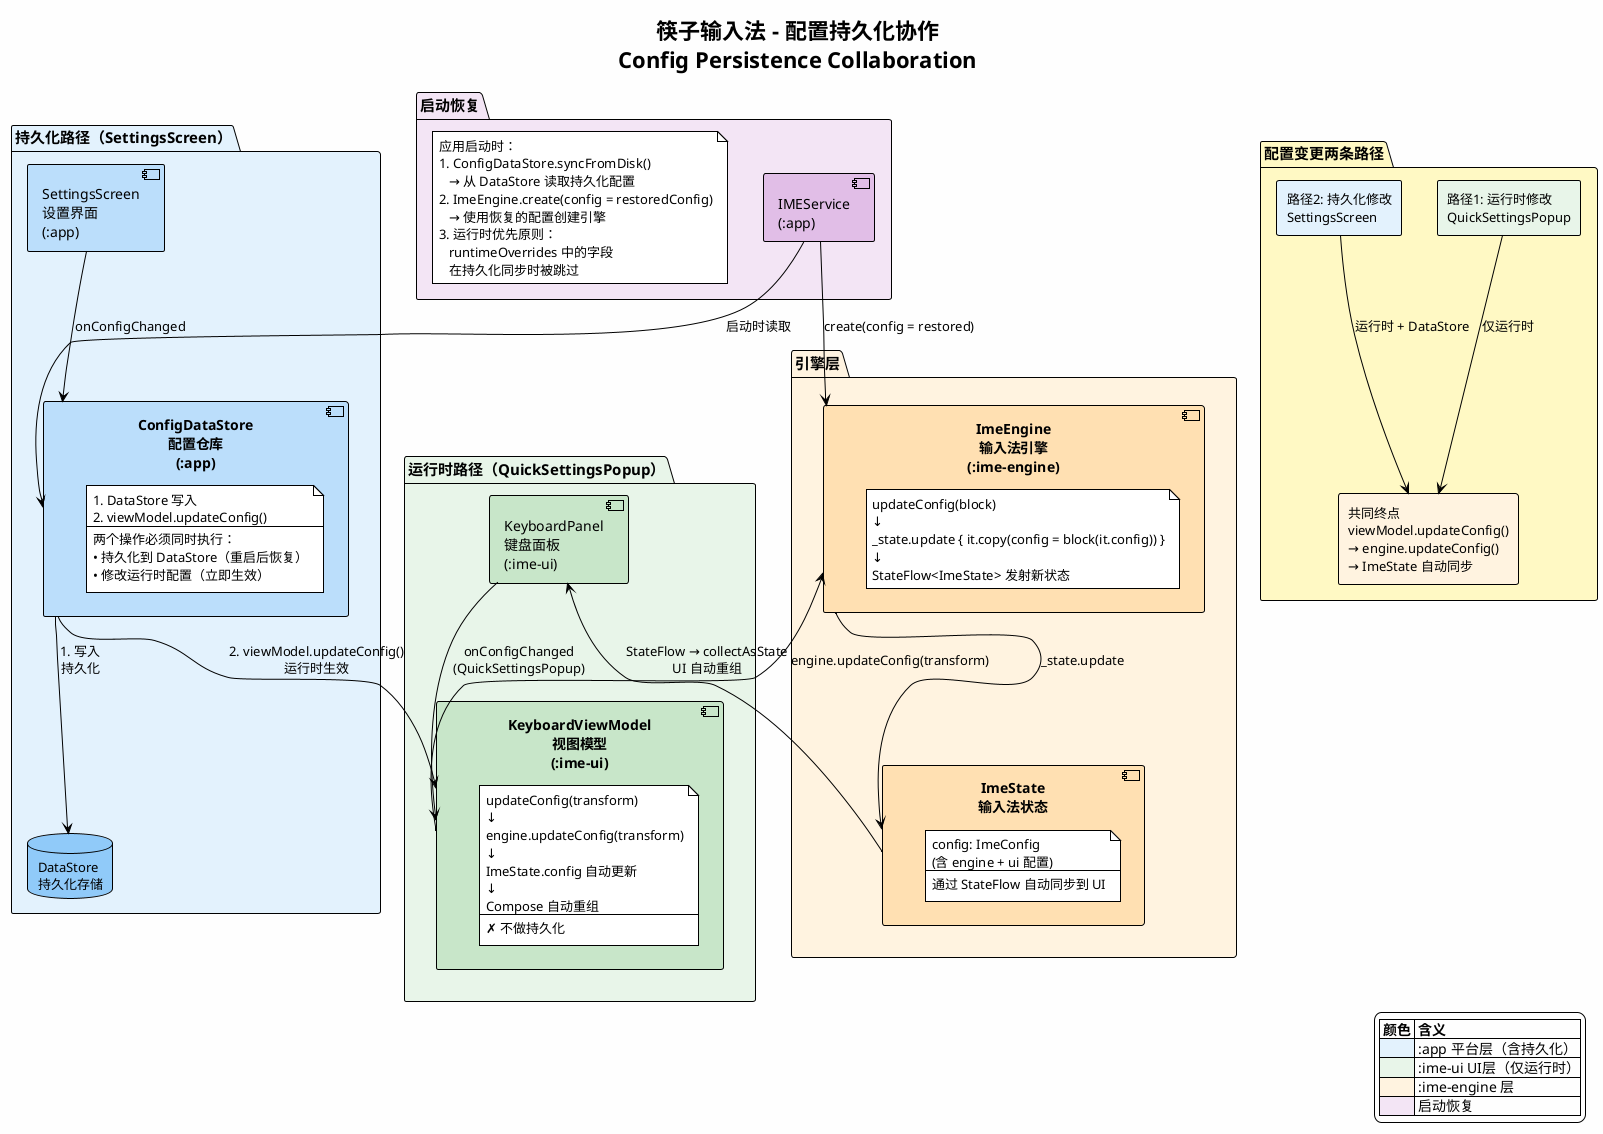
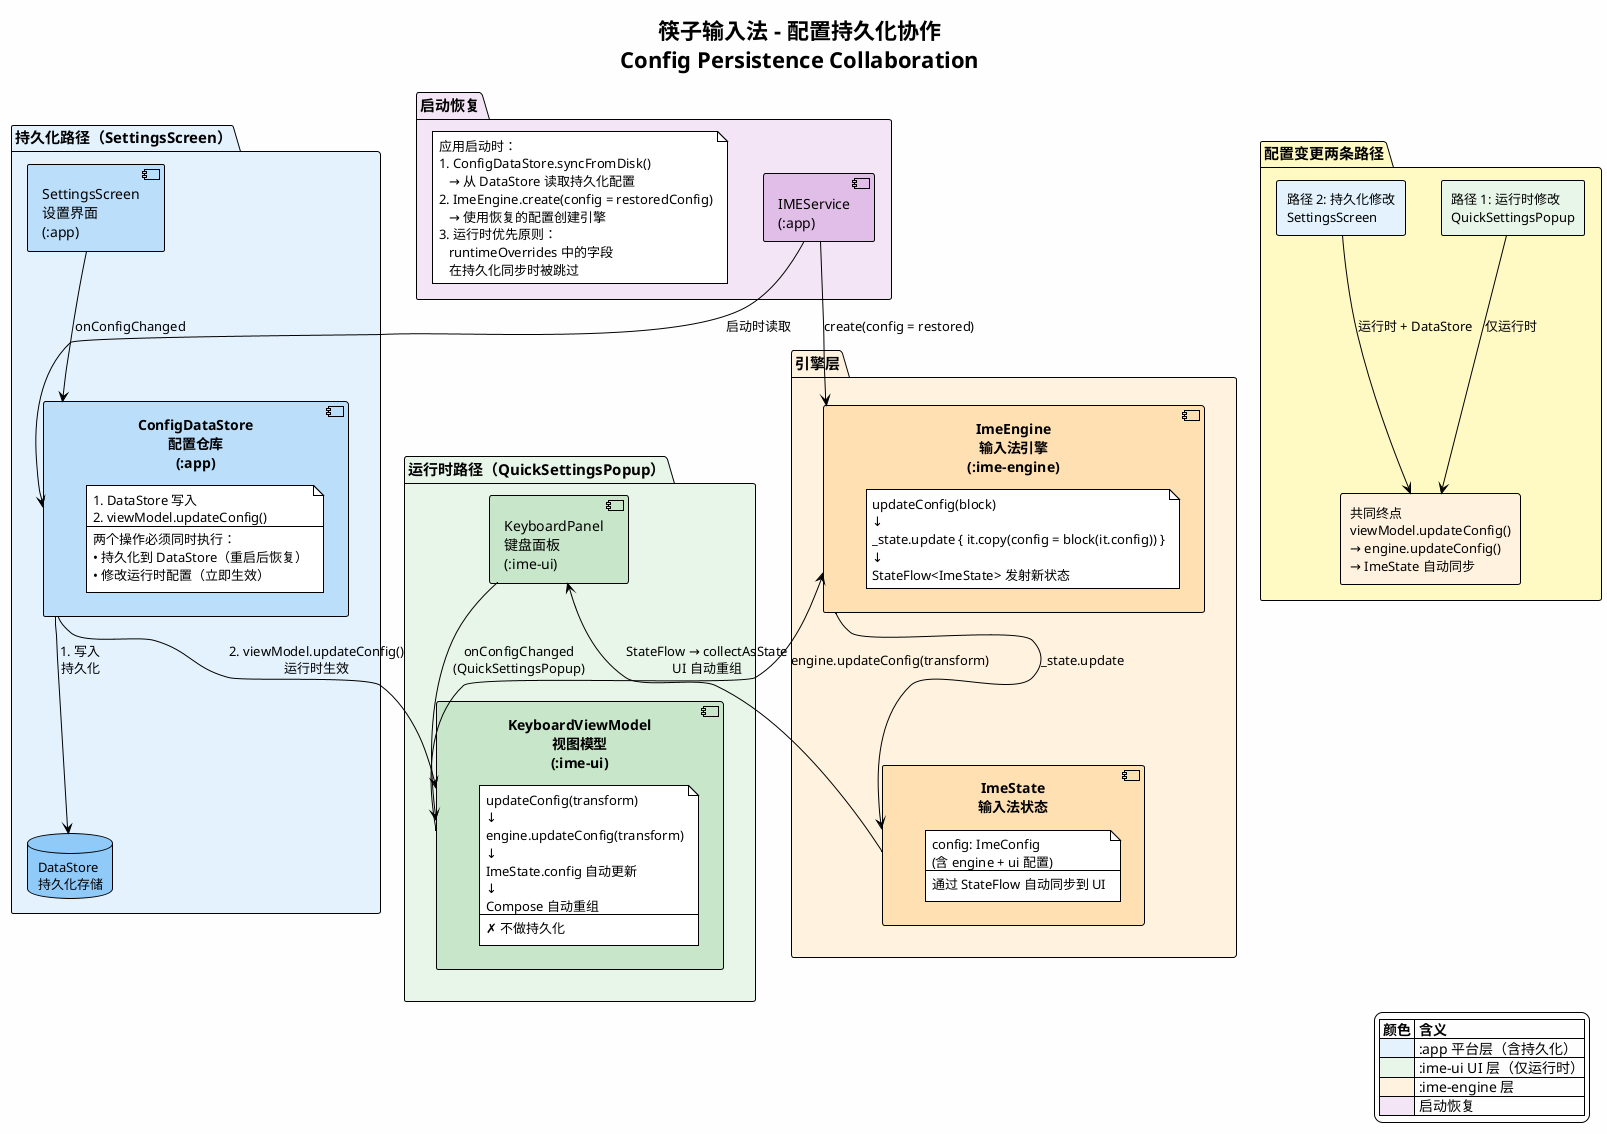
@startuml app-config-persistence
!theme plain
skinparam backgroundColor #FEFEFE
skinparam shadowing false
skinparam defaultFontSize 13
skinparam componentFontSize 14
skinparam packageFontSize 15

title 筷子输入法 - 配置持久化协作\nConfig Persistence Collaboration

' ─── 持久化路径 ────────────────────────────────────────────────────

package "持久化路径（SettingsScreen）" as persist #E3F2FD {

    component "SettingsScreen\n设置界面\n(:app)" as Settings #BBDEFB

    component "ConfigDataStore\n配置仓库\n(:app)" as ConfigRepo #BBDEFB {
        note as cr_note
            1. DataStore 写入
            2. viewModel.updateConfig()
            ---
            两个操作必须同时执行：
            • 持久化到 DataStore（重启后恢复）
            • 修改运行时配置（立即生效）
        end note
    }

    database "DataStore\n持久化存储" as DataStore #90CAF9

    Settings --> ConfigRepo : "onConfigChanged"
    ConfigRepo --> DataStore : "1. 写入\n持久化"
}

' ─── 运行时路径 ────────────────────────────────────────────────────

package "运行时路径（QuickSettingsPopup）" as runtime #E8F5E9 {

    component "KeyboardPanel\n键盘面板\n(:ime-ui)" as KP #C8E6C9

    component "KeyboardViewModel\n视图模型\n(:ime-ui)" as KVM #C8E6C9 {
        note as kvm_note
            updateConfig(transform)
            ↓
            engine.updateConfig(transform)
            ↓
            ImeState.config 自动更新
            ↓
            Compose 自动重组
            ---
            ✗ 不做持久化
        end note
    }

    KP --> KVM : "onConfigChanged\n(QuickSettingsPopup)"
}

' ─── 引擎层 ────────────────────────────────────────────────────────

package "引擎层" as engine_layer #FFF3E0 {

    component "ImeEngine\n输入法引擎\n(:ime-engine)" as ImeEngine #FFE0B2 {
        note as engine_note
            updateConfig(block)
            ↓
            _state.update { it.copy(config = block(it.config)) }
            ↓
            StateFlow<ImeState> 发射新状态
        end note
    }

    component "ImeState\n输入法状态" as ImeState #FFE0B2 {
        note as state_note
            config: ImeConfig
            (含 engine + ui 配置)
            ---
            通过 StateFlow 自动同步到 UI
        end note
    }
}

' ─── Data Flow ─────────────────────────────────────────────────────

ConfigRepo --> KVM : "2. viewModel.updateConfig()\n运行时生效"
KVM --> ImeEngine : "engine.updateConfig(transform)"
ImeEngine --> ImeState : "_state.update"
ImeState --> KP : "StateFlow → collectAsState\nUI 自动重组"

' ─── Startup Recovery ──────────────────────────────────────────────

package "启动恢复" as startup #F3E5F5 {

    component "IMEService\n(:app)" as IMEService #E1BEE7

    note as startup_note
        应用启动时：
        1. ConfigDataStore.syncFromDisk()
           → 从 DataStore 读取持久化配置
        2. ImeEngine.create(config = restoredConfig)
           → 使用恢复的配置创建引擎
        3. 运行时优先原则：
           runtimeOverrides 中的字段
           在持久化同步时被跳过
    end note

    IMEService --> ConfigRepo : "启动时读取"
    IMEService --> ImeEngine : "create(config = restored)"
}

' ─── Two Paths Summary ─────────────────────────────────────────────

package "配置变更两条路径" as summary #FFF9C4 {

-     rectangle "路径1: 运行时修改\nQuickSettingsPopup" as path1 #E8F5E9
-     rectangle "路径2: 持久化修改\nSettingsScreen" as path2 #E3F2FD
+     rectangle "路径 1: 运行时修改\nQuickSettingsPopup" as path1 #E8F5E9
+     rectangle "路径 2: 持久化修改\nSettingsScreen" as path2 #E3F2FD

    rectangle "共同终点\nviewModel.updateConfig()\n→ engine.updateConfig()\n→ ImeState 自动同步" as common #FFF3E0

    path1 --> common : "仅运行时"
    path2 --> common : "运行时 + DataStore"
}

' ─── Legend ─────────────────────────────────────────────────────────

legend right
    |= 颜色 |= 含义 |
    |<#E3F2FD>| :app 平台层（含持久化）|
-     |<#E8F5E9>| :ime-ui UI层（仅运行时）|
+     |<#E8F5E9>| :ime-ui UI 层（仅运行时）|
    |<#FFF3E0>| :ime-engine 层 |
    |<#F3E5F5>| 启动恢复 |
endlegend

@enduml
